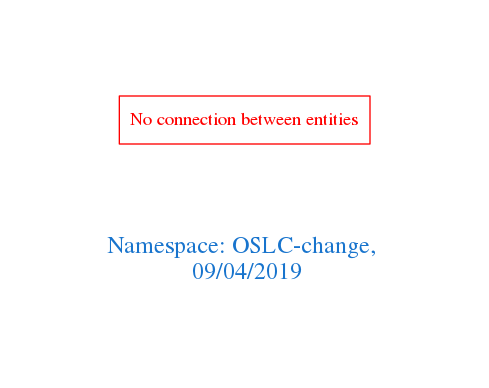
Above: downloads/OSLC-change.png in arago/OGIT (Graphviz), before the change. Its source is kept beside it as downloads/OSLC-change.dot.
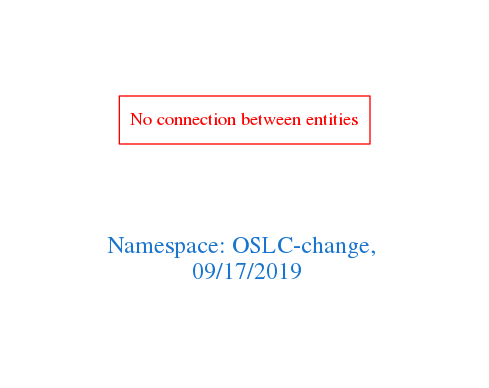
The same diagram one commit later.

Change to the diagram source:
```diff
@@ -1,7 +1,7 @@
 digraph OGIT_ontology {
  graph [ rankdir= LR,pad=1
 fontsize = 18,
-fontcolor= dodgerblue3,label = "\n\n\nNamespace: OSLC-change, \n 09/04/2019"];
+fontcolor= dodgerblue3,label = "\n\n\nNamespace: OSLC-change, \n 09/17/2019"];
 node[shape=polygon];
 edge [  color="gray81"];
 
```
